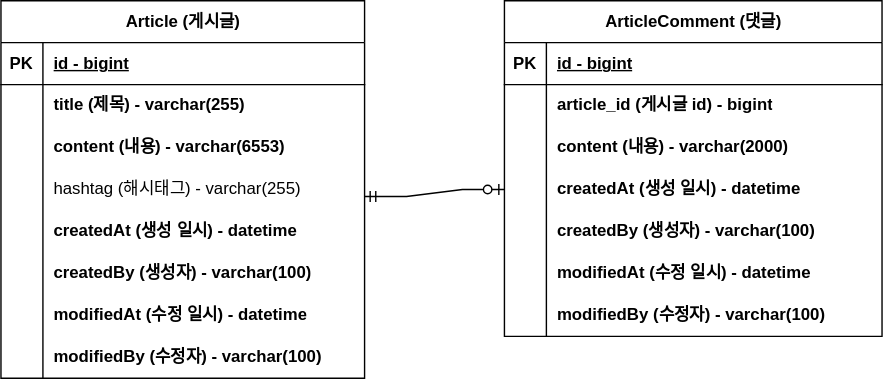
This is document/project-board-erd.svg from soyello/fastcampus-project-board, a draw.io export, as it was before one commit. Source tidied: cells renumbered, new cells last; positions are measured from the earlier drawing's top-left corner, leaving out a move shared by most shapes. The source it was exported from:
```xml
<mxGraphModel>
  <root>
    <mxCell id="0" />
    <mxCell id="1" parent="0" />
    <mxCell id="2" value="Article (게시글)" style="shape=table;startSize=30;rowLines=0;fontStyle=1;align=center;html=1;" parent="1" vertex="1">
      <mxGeometry width="260" height="270" as="geometry" />
    </mxCell>
    <mxCell id="3" style="shape=tableRow;horizontal=0;startSize=0;swimlaneHead=0;swimlaneBody=0;fillColor=none;top=0;left=0;right=0;bottom=1;" parent="2" vertex="1">
      <mxGeometry y="30" width="260" height="30" as="geometry" />
    </mxCell>
    <mxCell id="4" value="PK" style="shape=partialRectangle;fillColor=none;top=0;left=0;bottom=0;right=0;fontStyle=1;overflow=hidden;whiteSpace=wrap;html=1;" parent="3" vertex="1">
      <mxGeometry width="30" height="30" as="geometry" />
    </mxCell>
    <mxCell id="5" value="id - bigint" style="shape=partialRectangle;fillColor=none;top=0;left=0;bottom=0;right=0;align=left;spacingLeft=6;fontStyle=5;overflow=hidden;whiteSpace=wrap;html=1;" parent="3" vertex="1">
      <mxGeometry x="30" width="230" height="30" as="geometry" />
    </mxCell>
    <mxCell id="6" style="shape=tableRow;horizontal=0;startSize=0;swimlaneHead=0;swimlaneBody=0;fillColor=none;top=0;left=0;right=0;bottom=0;" parent="2" vertex="1">
      <mxGeometry y="60" width="260" height="30" as="geometry" />
    </mxCell>
    <mxCell id="7" style="shape=partialRectangle;fillColor=none;top=0;left=0;bottom=0;right=0;overflow=hidden;whiteSpace=wrap;html=1;" parent="6" vertex="1">
      <mxGeometry width="30" height="30" as="geometry" />
    </mxCell>
    <mxCell id="8" value="title (제목) - varchar(255)" style="shape=partialRectangle;fillColor=none;top=0;left=0;bottom=0;right=0;align=left;spacingLeft=6;overflow=hidden;whiteSpace=wrap;html=1;fontStyle=1;" parent="6" vertex="1">
      <mxGeometry x="30" width="230" height="30" as="geometry" />
    </mxCell>
    <mxCell id="9" style="shape=tableRow;horizontal=0;startSize=0;swimlaneHead=0;swimlaneBody=0;fillColor=none;top=0;left=0;right=0;bottom=0;" parent="2" vertex="1">
      <mxGeometry y="90" width="260" height="30" as="geometry" />
    </mxCell>
    <mxCell id="10" style="shape=partialRectangle;fillColor=none;top=0;left=0;bottom=0;right=0;overflow=hidden;whiteSpace=wrap;html=1;" parent="9" vertex="1">
      <mxGeometry width="30" height="30" as="geometry" />
    </mxCell>
    <mxCell id="11" value="content (내용) - varchar(6553)" style="shape=partialRectangle;fillColor=none;top=0;left=0;bottom=0;right=0;align=left;spacingLeft=6;overflow=hidden;whiteSpace=wrap;html=1;fontStyle=1;" parent="9" vertex="1">
      <mxGeometry x="30" width="230" height="30" as="geometry" />
    </mxCell>
    <mxCell id="12" style="shape=tableRow;horizontal=0;startSize=0;swimlaneHead=0;swimlaneBody=0;fillColor=none;top=0;left=0;right=0;bottom=0;" parent="2" vertex="1">
      <mxGeometry y="120" width="260" height="30" as="geometry" />
    </mxCell>
    <mxCell id="13" style="shape=partialRectangle;fillColor=none;top=0;left=0;bottom=0;right=0;overflow=hidden;whiteSpace=wrap;html=1;" parent="12" vertex="1">
      <mxGeometry width="30" height="30" as="geometry" />
    </mxCell>
    <mxCell id="14" value="hashtag (해시태그) - varchar(255)" style="shape=partialRectangle;fillColor=none;top=0;left=0;bottom=0;right=0;align=left;spacingLeft=6;overflow=hidden;whiteSpace=wrap;html=1;" parent="12" vertex="1">
      <mxGeometry x="30" width="230" height="30" as="geometry" />
    </mxCell>
    <mxCell id="15" style="shape=tableRow;horizontal=0;startSize=0;swimlaneHead=0;swimlaneBody=0;fillColor=none;top=0;left=0;right=0;bottom=0;" parent="2" vertex="1">
      <mxGeometry y="150" width="260" height="30" as="geometry" />
    </mxCell>
    <mxCell id="16" style="shape=partialRectangle;fillColor=none;top=0;left=0;bottom=0;right=0;overflow=hidden;whiteSpace=wrap;html=1;" parent="15" vertex="1">
      <mxGeometry width="30" height="30" as="geometry" />
    </mxCell>
    <mxCell id="17" value="createdAt (생성 일시) - datetime" style="shape=partialRectangle;fillColor=none;top=0;left=0;bottom=0;right=0;align=left;spacingLeft=6;overflow=hidden;whiteSpace=wrap;html=1;fontStyle=1;" parent="15" vertex="1">
      <mxGeometry x="30" width="230" height="30" as="geometry" />
    </mxCell>
    <mxCell id="18" style="shape=tableRow;horizontal=0;startSize=0;swimlaneHead=0;swimlaneBody=0;fillColor=none;top=0;left=0;right=0;bottom=0;" parent="2" vertex="1">
      <mxGeometry y="180" width="260" height="30" as="geometry" />
    </mxCell>
    <mxCell id="19" style="shape=partialRectangle;fillColor=none;top=0;left=0;bottom=0;right=0;overflow=hidden;whiteSpace=wrap;html=1;" parent="18" vertex="1">
      <mxGeometry width="30" height="30" as="geometry" />
    </mxCell>
    <mxCell id="20" value="createdBy (생성자) - varchar(100)" style="shape=partialRectangle;fillColor=none;top=0;left=0;bottom=0;right=0;align=left;spacingLeft=6;overflow=hidden;whiteSpace=wrap;html=1;fontStyle=1;" parent="18" vertex="1">
      <mxGeometry x="30" width="230" height="30" as="geometry" />
    </mxCell>
    <mxCell id="21" style="shape=tableRow;horizontal=0;startSize=0;swimlaneHead=0;swimlaneBody=0;fillColor=none;top=0;left=0;right=0;bottom=0;" parent="2" vertex="1">
      <mxGeometry y="210" width="260" height="30" as="geometry" />
    </mxCell>
    <mxCell id="22" style="shape=partialRectangle;fillColor=none;top=0;left=0;bottom=0;right=0;overflow=hidden;whiteSpace=wrap;html=1;" parent="21" vertex="1">
      <mxGeometry width="30" height="30" as="geometry" />
    </mxCell>
    <mxCell id="23" value="modifiedAt (수정 일시) - datetime" style="shape=partialRectangle;fillColor=none;top=0;left=0;bottom=0;right=0;align=left;spacingLeft=6;overflow=hidden;whiteSpace=wrap;html=1;fontStyle=1;" parent="21" vertex="1">
      <mxGeometry x="30" width="230" height="30" as="geometry" />
    </mxCell>
    <mxCell id="24" style="shape=tableRow;horizontal=0;startSize=0;swimlaneHead=0;swimlaneBody=0;fillColor=none;top=0;left=0;right=0;bottom=0;" parent="2" vertex="1">
      <mxGeometry y="240" width="260" height="30" as="geometry" />
    </mxCell>
    <mxCell id="25" style="shape=partialRectangle;fillColor=none;top=0;left=0;bottom=0;right=0;overflow=hidden;whiteSpace=wrap;html=1;" parent="24" vertex="1">
      <mxGeometry width="30" height="30" as="geometry" />
    </mxCell>
    <mxCell id="26" value="modifiedBy (수정자) - varchar(100)" style="shape=partialRectangle;fillColor=none;top=0;left=0;bottom=0;right=0;align=left;spacingLeft=6;overflow=hidden;whiteSpace=wrap;html=1;fontStyle=1;" parent="24" vertex="1">
      <mxGeometry x="30" width="230" height="30" as="geometry" />
    </mxCell>
    <mxCell id="27" value="ArticleComment (댓글)" style="shape=table;startSize=30;rowLines=0;fontStyle=1;align=center;html=1;" parent="1" vertex="1">
      <mxGeometry x="360" width="270" height="240" as="geometry" />
    </mxCell>
    <mxCell id="28" style="shape=tableRow;horizontal=0;startSize=0;swimlaneHead=0;swimlaneBody=0;fillColor=none;top=0;left=0;right=0;bottom=1;" parent="27" vertex="1">
      <mxGeometry y="30" width="270" height="30" as="geometry" />
    </mxCell>
    <mxCell id="29" value="PK" style="shape=partialRectangle;fillColor=none;top=0;left=0;bottom=0;right=0;fontStyle=1;overflow=hidden;whiteSpace=wrap;html=1;" parent="28" vertex="1">
      <mxGeometry width="30" height="30" as="geometry" />
    </mxCell>
    <mxCell id="30" value="id - bigint" style="shape=partialRectangle;fillColor=none;top=0;left=0;bottom=0;right=0;align=left;spacingLeft=6;fontStyle=5;overflow=hidden;whiteSpace=wrap;html=1;" parent="28" vertex="1">
      <mxGeometry x="30" width="240" height="30" as="geometry" />
    </mxCell>
    <mxCell id="31" style="shape=tableRow;horizontal=0;startSize=0;swimlaneHead=0;swimlaneBody=0;fillColor=none;top=0;left=0;right=0;bottom=0;" parent="27" vertex="1">
      <mxGeometry y="60" width="270" height="30" as="geometry" />
    </mxCell>
    <mxCell id="32" style="shape=partialRectangle;fillColor=none;top=0;left=0;bottom=0;right=0;overflow=hidden;whiteSpace=wrap;html=1;" parent="31" vertex="1">
      <mxGeometry width="30" height="30" as="geometry" />
    </mxCell>
    <mxCell id="33" value="article_id (게시글 id) - bigint" style="shape=partialRectangle;fillColor=none;top=0;left=0;bottom=0;right=0;align=left;spacingLeft=6;overflow=hidden;whiteSpace=wrap;html=1;fontStyle=1;" parent="31" vertex="1">
      <mxGeometry x="30" width="240" height="30" as="geometry" />
    </mxCell>
    <mxCell id="34" style="shape=tableRow;horizontal=0;startSize=0;swimlaneHead=0;swimlaneBody=0;fillColor=none;top=0;left=0;right=0;bottom=0;" parent="27" vertex="1">
      <mxGeometry y="90" width="270" height="30" as="geometry" />
    </mxCell>
    <mxCell id="35" style="shape=partialRectangle;fillColor=none;top=0;left=0;bottom=0;right=0;overflow=hidden;whiteSpace=wrap;html=1;" parent="34" vertex="1">
      <mxGeometry width="30" height="30" as="geometry" />
    </mxCell>
    <mxCell id="36" value="content (내용) - varchar(2000)" style="shape=partialRectangle;fillColor=none;top=0;left=0;bottom=0;right=0;align=left;spacingLeft=6;overflow=hidden;whiteSpace=wrap;html=1;fontStyle=1;" parent="34" vertex="1">
      <mxGeometry x="30" width="240" height="30" as="geometry" />
    </mxCell>
    <mxCell id="37" style="shape=tableRow;horizontal=0;startSize=0;swimlaneHead=0;swimlaneBody=0;fillColor=none;points=[[0,0.5],[1,0.5]];portConstraint=eastwest;top=0;left=0;right=0;bottom=0;" parent="27" vertex="1">
      <mxGeometry y="120" width="270" height="30" as="geometry" />
    </mxCell>
    <mxCell id="38" style="shape=partialRectangle;fillColor=none;top=0;left=0;bottom=0;right=0;overflow=hidden;whiteSpace=wrap;html=1;" parent="37" vertex="1">
      <mxGeometry width="30" height="30" as="geometry" />
    </mxCell>
    <mxCell id="39" value="createdAt (생성 일시) - datetime" style="shape=partialRectangle;fillColor=none;top=0;left=0;bottom=0;right=0;align=left;spacingLeft=6;overflow=hidden;whiteSpace=wrap;html=1;fontStyle=1;" parent="37" vertex="1">
      <mxGeometry x="30" width="240" height="30" as="geometry" />
    </mxCell>
    <mxCell id="40" style="shape=tableRow;horizontal=0;startSize=0;swimlaneHead=0;swimlaneBody=0;fillColor=none;top=0;left=0;right=0;bottom=0;" parent="27" vertex="1">
      <mxGeometry y="150" width="270" height="30" as="geometry" />
    </mxCell>
    <mxCell id="41" style="shape=partialRectangle;fillColor=none;top=0;left=0;bottom=0;right=0;overflow=hidden;whiteSpace=wrap;html=1;" parent="40" vertex="1">
      <mxGeometry width="30" height="30" as="geometry" />
    </mxCell>
    <mxCell id="42" value="createdBy (생성자) - varchar(100)" style="shape=partialRectangle;fillColor=none;top=0;left=0;bottom=0;right=0;align=left;spacingLeft=6;overflow=hidden;whiteSpace=wrap;html=1;fontStyle=1;" parent="40" vertex="1">
      <mxGeometry x="30" width="240" height="30" as="geometry" />
    </mxCell>
    <mxCell id="43" style="shape=tableRow;horizontal=0;startSize=0;swimlaneHead=0;swimlaneBody=0;fillColor=none;top=0;left=0;right=0;bottom=0;" parent="27" vertex="1">
      <mxGeometry y="180" width="270" height="30" as="geometry" />
    </mxCell>
    <mxCell id="44" style="shape=partialRectangle;fillColor=none;top=0;left=0;bottom=0;right=0;overflow=hidden;whiteSpace=wrap;html=1;" parent="43" vertex="1">
      <mxGeometry width="30" height="30" as="geometry" />
    </mxCell>
    <mxCell id="45" value="modifiedAt (수정 일시) - datetime" style="shape=partialRectangle;fillColor=none;top=0;left=0;bottom=0;right=0;align=left;spacingLeft=6;overflow=hidden;whiteSpace=wrap;html=1;fontStyle=1;" parent="43" vertex="1">
      <mxGeometry x="30" width="240" height="30" as="geometry" />
    </mxCell>
    <mxCell id="46" style="shape=tableRow;horizontal=0;startSize=0;swimlaneHead=0;swimlaneBody=0;fillColor=none;top=0;left=0;right=0;bottom=0;" parent="27" vertex="1">
      <mxGeometry y="210" width="270" height="30" as="geometry" />
    </mxCell>
    <mxCell id="47" style="shape=partialRectangle;fillColor=none;top=0;left=0;bottom=0;right=0;overflow=hidden;whiteSpace=wrap;html=1;" parent="46" vertex="1">
      <mxGeometry width="30" height="30" as="geometry" />
    </mxCell>
    <mxCell id="48" value="modifiedBy (수정자) - varchar(100)" style="shape=partialRectangle;fillColor=none;top=0;left=0;bottom=0;right=0;align=left;spacingLeft=6;overflow=hidden;whiteSpace=wrap;html=1;fontStyle=1;" parent="46" vertex="1">
      <mxGeometry x="30" width="240" height="30" as="geometry" />
    </mxCell>
    <mxCell id="49" style="edgeStyle=entityRelationEdgeStyle;fontSize=12;html=1;endArrow=ERzeroToOne;startArrow=ERmandOne;rounded=0;entryX=0;entryY=0.5;entryDx=0;entryDy=0;" parent="1" edge="1" target="37">
      <mxGeometry relative="1" as="geometry">
        <mxPoint x="260" y="140" as="sourcePoint" />
      </mxGeometry>
    </mxCell>
  </root>
</mxGraphModel>
```
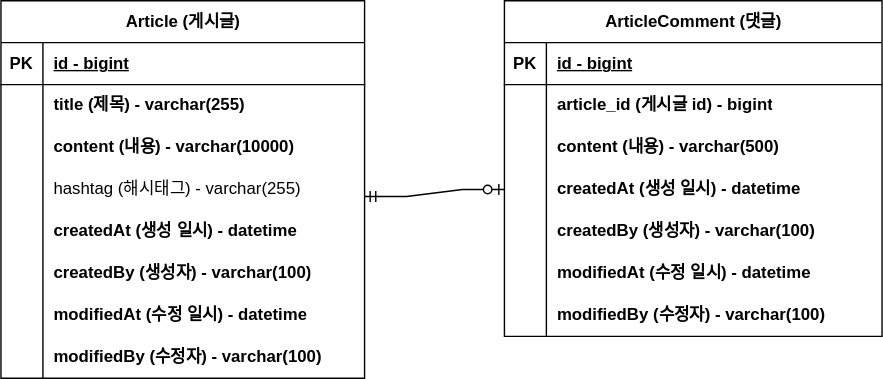
After the change.

Commit message:
#10 - ERD 업데이트: content 사이즈 변경

What changed in the source:
```diff
@@ -29,7 +29,7 @@
     <mxCell id="10" style="shape=partialRectangle;fillColor=none;top=0;left=0;bottom=0;right=0;overflow=hidden;whiteSpace=wrap;html=1;" parent="9" vertex="1">
       <mxGeometry width="30" height="30" as="geometry" />
     </mxCell>
-    <mxCell id="11" value="content (내용) - varchar(6553)" style="shape=partialRectangle;fillColor=none;top=0;left=0;bottom=0;right=0;align=left;spacingLeft=6;overflow=hidden;whiteSpace=wrap;html=1;fontStyle=1;" parent="9" vertex="1">
+    <mxCell id="11" value="content (내용) - varchar(10000)" style="shape=partialRectangle;fillColor=none;top=0;left=0;bottom=0;right=0;align=left;spacingLeft=6;overflow=hidden;whiteSpace=wrap;html=1;fontStyle=1;" parent="9" vertex="1">
       <mxGeometry x="30" width="230" height="30" as="geometry" />
     </mxCell>
     <mxCell id="12" style="shape=tableRow;horizontal=0;startSize=0;swimlaneHead=0;swimlaneBody=0;fillColor=none;top=0;left=0;right=0;bottom=0;" parent="2" vertex="1">
@@ -104,7 +104,7 @@
     <mxCell id="35" style="shape=partialRectangle;fillColor=none;top=0;left=0;bottom=0;right=0;overflow=hidden;whiteSpace=wrap;html=1;" parent="34" vertex="1">
       <mxGeometry width="30" height="30" as="geometry" />
     </mxCell>
-    <mxCell id="36" value="content (내용) - varchar(2000)" style="shape=partialRectangle;fillColor=none;top=0;left=0;bottom=0;right=0;align=left;spacingLeft=6;overflow=hidden;whiteSpace=wrap;html=1;fontStyle=1;" parent="34" vertex="1">
+    <mxCell id="36" value="content (내용) - varchar(500)" style="shape=partialRectangle;fillColor=none;top=0;left=0;bottom=0;right=0;align=left;spacingLeft=6;overflow=hidden;whiteSpace=wrap;html=1;fontStyle=1;" parent="34" vertex="1">
       <mxGeometry x="30" width="240" height="30" as="geometry" />
     </mxCell>
     <mxCell id="37" style="shape=tableRow;horizontal=0;startSize=0;swimlaneHead=0;swimlaneBody=0;fillColor=none;points=[[0,0.5],[1,0.5]];portConstraint=eastwest;top=0;left=0;right=0;bottom=0;" parent="27" vertex="1">
```
